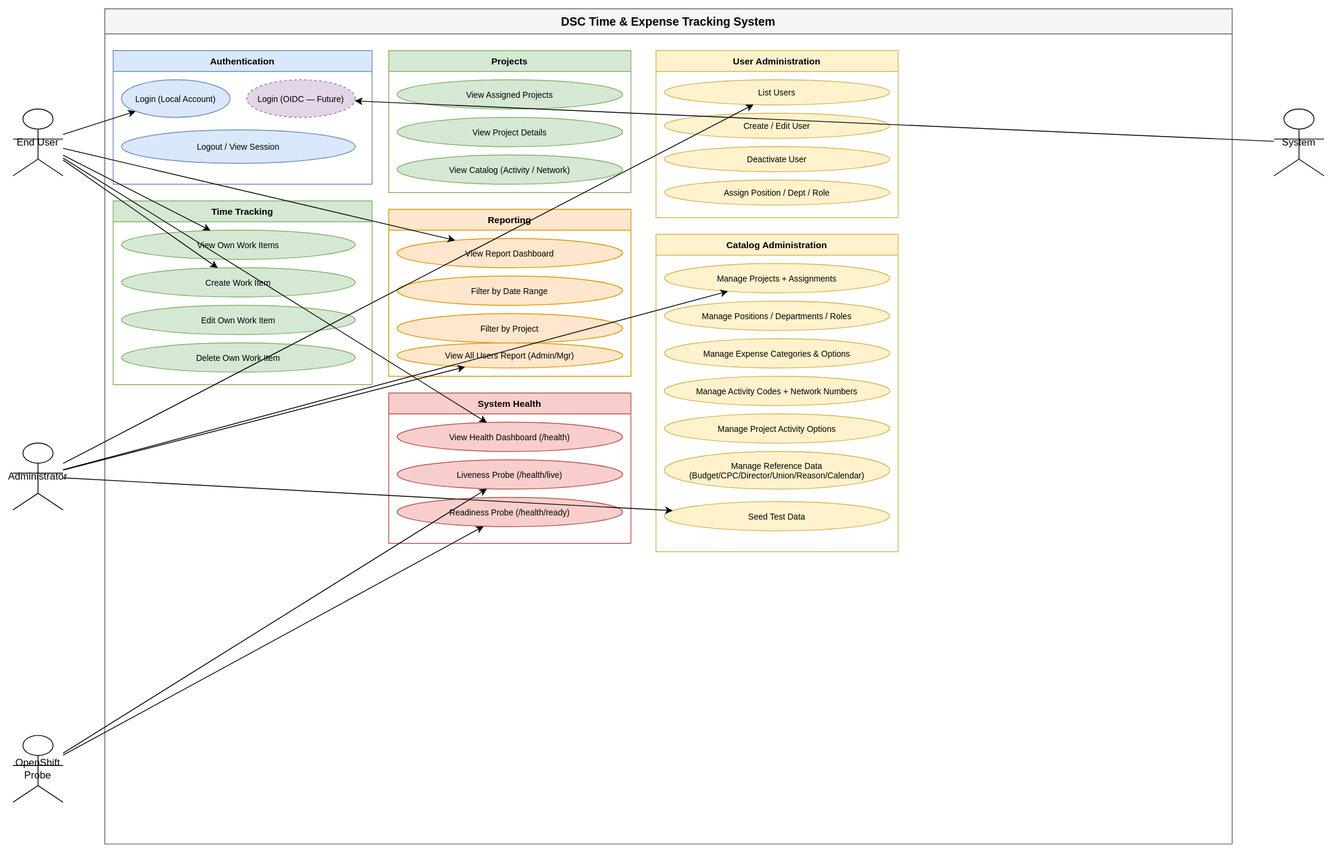
Before: diagrams/drawio/svg/use-cases.svg, a diagram exported from draw.io (rloisell/DSC-modernization). Source tidied: cells renumbered, new cells last; positions are measured from the earlier drawing's top-left corner, leaving out a move shared by most shapes.
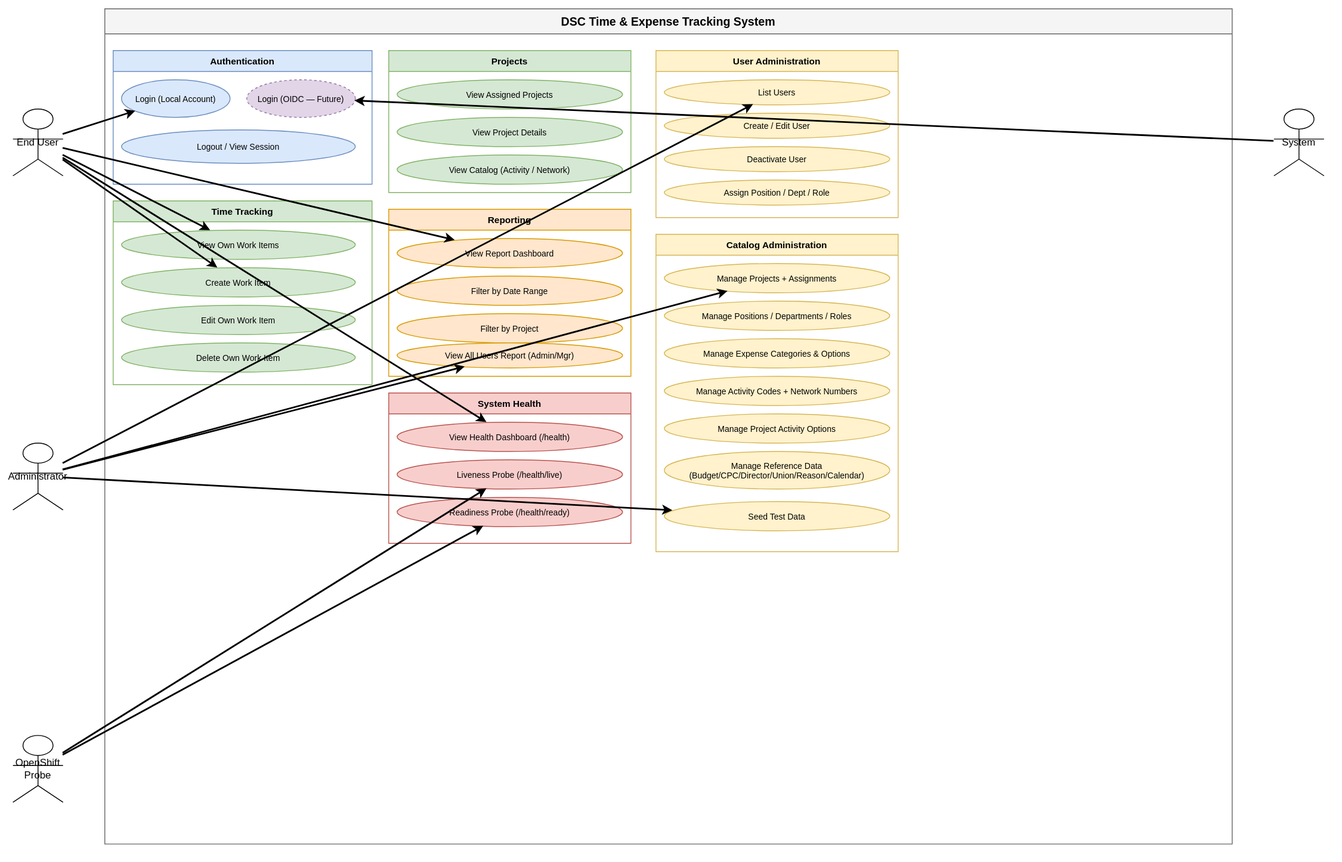
After the change.

The edit, as a diff of the source:
```diff
@@ -1,4 +1,4 @@
-<mxGraphModel>
+<mxGraphModel background="#ffffff">
   <root>
     <mxCell id="0" />
     <mxCell id="1" parent="0" />
@@ -122,40 +122,40 @@
     <mxCell id="41" value="Seed Test Data" style="ellipse;whiteSpace=wrap;html=1;fillColor=#fff2cc;strokeColor=#d6b656;fontSize=10;" parent="34" vertex="1">
       <mxGeometry x="10" y="320" width="270" height="35" as="geometry" />
     </mxCell>
-    <mxCell id="42" style="edgeStyle=none;" parent="1" edge="1" source="2" target="8">
+    <mxCell id="42" style="edgeStyle=none;strokeWidth=2;" parent="1" edge="1" source="2" target="8">
       <mxGeometry relative="1" as="geometry" />
     </mxCell>
-    <mxCell id="43" style="edgeStyle=none;" parent="1" edge="1" source="2" target="12">
+    <mxCell id="43" style="edgeStyle=none;strokeWidth=2;" parent="1" edge="1" source="2" target="12">
       <mxGeometry relative="1" as="geometry" />
     </mxCell>
-    <mxCell id="44" style="edgeStyle=none;" parent="1" edge="1" source="2" target="13">
+    <mxCell id="44" style="edgeStyle=none;strokeWidth=2;" parent="1" edge="1" source="2" target="13">
       <mxGeometry relative="1" as="geometry" />
     </mxCell>
-    <mxCell id="45" style="edgeStyle=none;" parent="1" edge="1" source="2" target="21">
+    <mxCell id="45" style="edgeStyle=none;strokeWidth=2;" parent="1" edge="1" source="2" target="21">
       <mxGeometry relative="1" as="geometry" />
     </mxCell>
-    <mxCell id="46" style="edgeStyle=none;" parent="1" edge="1" source="2" target="26">
+    <mxCell id="46" style="edgeStyle=none;strokeWidth=2;" parent="1" edge="1" source="2" target="26">
       <mxGeometry relative="1" as="geometry" />
     </mxCell>
-    <mxCell id="47" style="edgeStyle=none;" parent="1" edge="1" source="3" target="30">
+    <mxCell id="47" style="edgeStyle=none;strokeWidth=2;" parent="1" edge="1" source="3" target="30">
       <mxGeometry relative="1" as="geometry" />
     </mxCell>
-    <mxCell id="48" style="edgeStyle=none;" parent="1" edge="1" source="3" target="35">
+    <mxCell id="48" style="edgeStyle=none;strokeWidth=2;" parent="1" edge="1" source="3" target="35">
       <mxGeometry relative="1" as="geometry" />
     </mxCell>
-    <mxCell id="49" style="edgeStyle=none;" parent="1" edge="1" source="3" target="24">
+    <mxCell id="49" style="edgeStyle=none;strokeWidth=2;" parent="1" edge="1" source="3" target="24">
       <mxGeometry relative="1" as="geometry" />
     </mxCell>
-    <mxCell id="50" style="edgeStyle=none;" parent="1" edge="1" source="3" target="41">
+    <mxCell id="50" style="edgeStyle=none;strokeWidth=2;" parent="1" edge="1" source="3" target="41">
       <mxGeometry relative="1" as="geometry" />
     </mxCell>
-    <mxCell id="51" style="edgeStyle=none;" parent="1" edge="1" source="4" target="27">
+    <mxCell id="51" style="edgeStyle=none;strokeWidth=2;" parent="1" edge="1" source="4" target="27">
       <mxGeometry relative="1" as="geometry" />
     </mxCell>
-    <mxCell id="52" style="edgeStyle=none;" parent="1" edge="1" source="4" target="28">
+    <mxCell id="52" style="edgeStyle=none;strokeWidth=2;" parent="1" edge="1" source="4" target="28">
       <mxGeometry relative="1" as="geometry" />
     </mxCell>
-    <mxCell id="53" style="edgeStyle=none;" parent="1" edge="1" source="5" target="9">
+    <mxCell id="53" style="edgeStyle=none;strokeWidth=2;" parent="1" edge="1" source="5" target="9">
       <mxGeometry relative="1" as="geometry" />
     </mxCell>
   </root>
```
